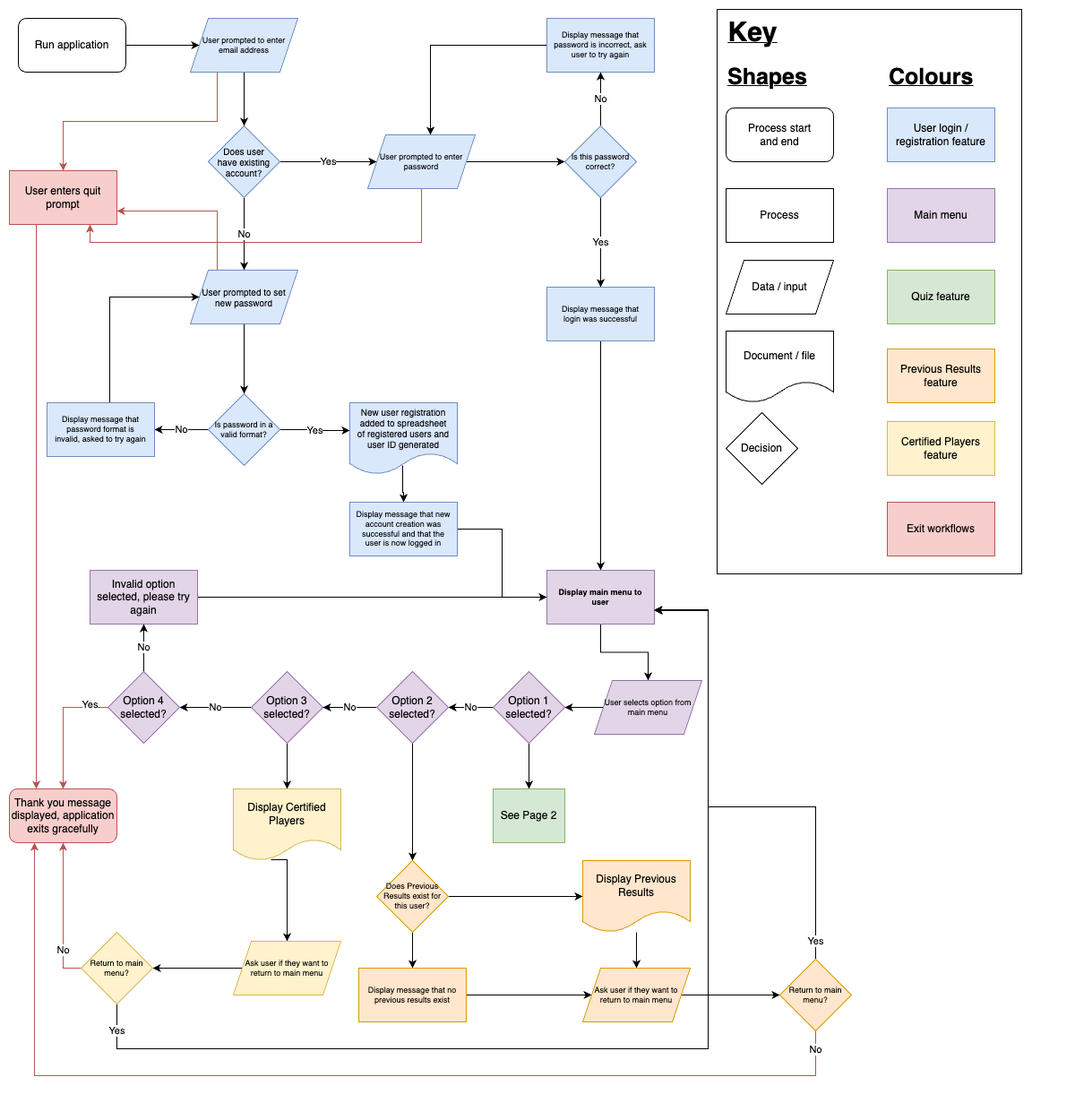
Above: docs/T1A3-Flowchart-P1.png in katielock92/CA-T1A3 (draw.io), before the change. Source tidied: cells renumbered, new cells last; positions are measured from the earlier drawing's top-left corner, leaving out a move shared by most shapes.
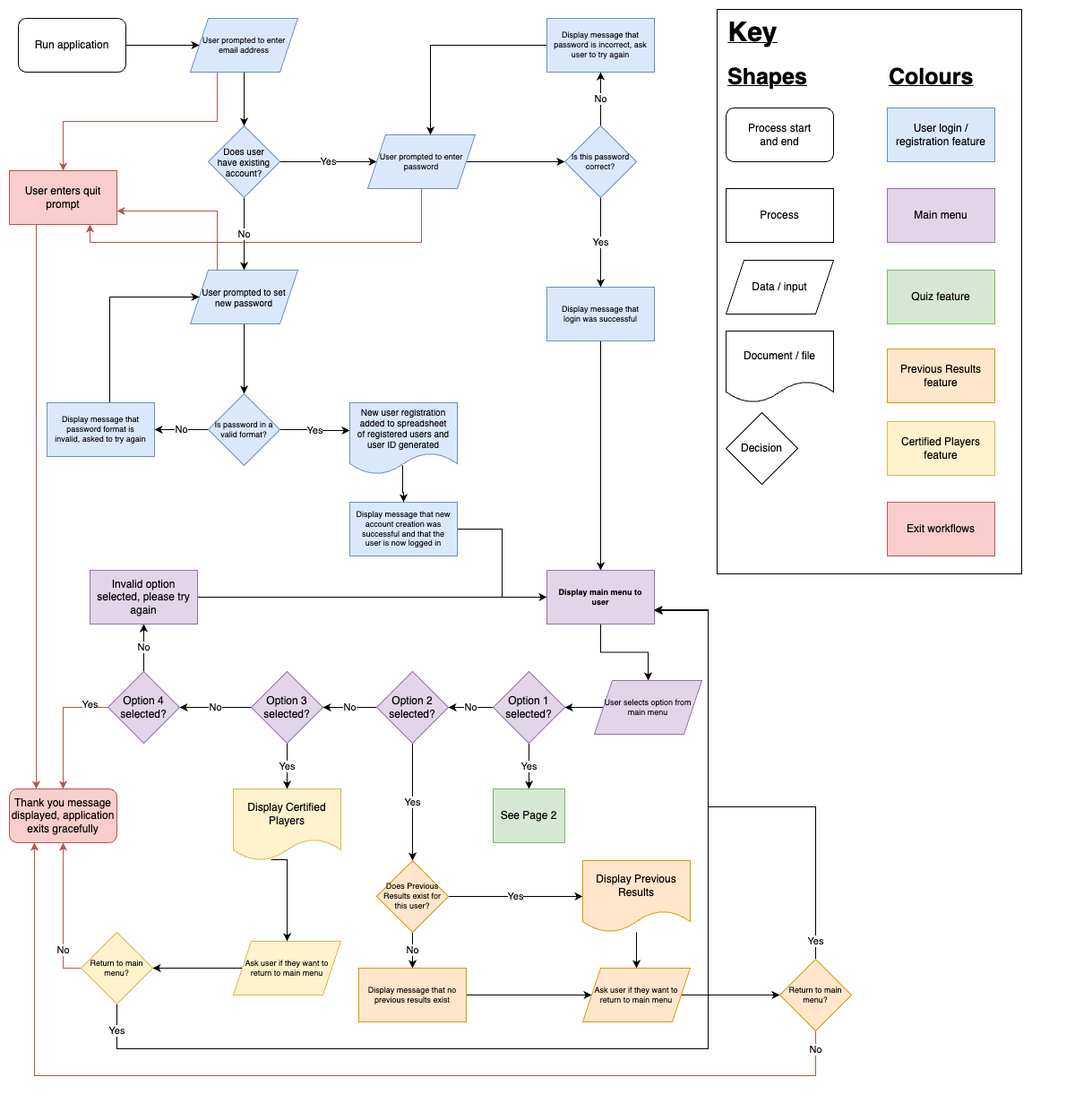
The same file after the commit.

Change to the diagram source:
```diff
@@ -108,7 +108,7 @@
     <mxCell id="35" value="User selects option from main menu" style="shape=parallelogram;perimeter=parallelogramPerimeter;whiteSpace=wrap;html=1;fixedSize=1;fontSize=9;fillColor=#e1d5e7;strokeColor=#9673a6;spacingLeft=6;spacingBottom=6;spacingRight=6;spacingTop=6;" parent="1" vertex="1">
       <mxGeometry x="653" y="749" width="120" height="60" as="geometry" />
     </mxCell>
-    <mxCell id="36" style="edgeStyle=orthogonalEdgeStyle;rounded=0;jettySize=auto;html=1;" parent="1" edge="1" source="38" target="51">
+    <mxCell id="36" value="Yes" style="edgeStyle=orthogonalEdgeStyle;rounded=0;jettySize=auto;html=1;" parent="1" edge="1" source="38" target="51">
       <mxGeometry relative="1" as="geometry" />
     </mxCell>
     <mxCell id="37" value="No" style="edgeStyle=orthogonalEdgeStyle;rounded=0;jettySize=auto;html=1;" parent="1" edge="1" source="38" target="55">
@@ -120,7 +120,7 @@
     <mxCell id="39" value="No" style="edgeStyle=orthogonalEdgeStyle;rounded=0;jettySize=auto;html=1;" parent="1" edge="1" source="41" target="45">
       <mxGeometry relative="1" as="geometry" />
     </mxCell>
-    <mxCell id="40" style="edgeStyle=orthogonalEdgeStyle;rounded=0;jettySize=auto;html=1;" parent="1" edge="1" source="41" target="60">
+    <mxCell id="40" value="Yes" style="edgeStyle=orthogonalEdgeStyle;rounded=0;jettySize=auto;html=1;" parent="1" edge="1" source="41" target="60">
       <mxGeometry relative="1" as="geometry" />
     </mxCell>
     <mxCell id="41" value="Option 3 selected?" style="rhombus;whiteSpace=wrap;html=1;fillColor=#e1d5e7;strokeColor=#9673a6;" parent="1" vertex="1">
@@ -162,16 +162,16 @@
     <mxCell id="53" value="No" style="edgeStyle=orthogonalEdgeStyle;rounded=0;jettySize=auto;html=1;" parent="1" edge="1" source="55" target="41">
       <mxGeometry relative="1" as="geometry" />
     </mxCell>
-    <mxCell id="54" style="edgeStyle=orthogonalEdgeStyle;rounded=0;jettySize=auto;html=1;" parent="1" edge="1" source="55" target="58">
+    <mxCell id="54" value="Yes" style="edgeStyle=orthogonalEdgeStyle;rounded=0;jettySize=auto;html=1;" parent="1" edge="1" source="55" target="58">
       <mxGeometry relative="1" as="geometry" />
     </mxCell>
     <mxCell id="55" value="Option 2 selected?" style="rhombus;whiteSpace=wrap;html=1;fillColor=#e1d5e7;strokeColor=#9673a6;" parent="1" vertex="1">
       <mxGeometry x="410" y="739" width="80" height="80" as="geometry" />
     </mxCell>
-    <mxCell id="56" style="edgeStyle=orthogonalEdgeStyle;rounded=0;jettySize=auto;html=1;" parent="1" edge="1" source="58" target="67">
+    <mxCell id="56" value="No" style="edgeStyle=orthogonalEdgeStyle;rounded=0;jettySize=auto;html=1;" parent="1" edge="1" source="58" target="67">
       <mxGeometry relative="1" as="geometry" />
     </mxCell>
-    <mxCell id="57" style="edgeStyle=orthogonalEdgeStyle;rounded=0;jettySize=auto;html=1;" parent="1" edge="1" source="58" target="69">
+    <mxCell id="57" value="Yes" style="edgeStyle=orthogonalEdgeStyle;rounded=0;jettySize=auto;html=1;" parent="1" edge="1" source="58" target="69">
       <mxGeometry relative="1" as="geometry" />
     </mxCell>
     <mxCell id="58" value="Does Previous Results exist for this user?" style="rhombus;whiteSpace=wrap;html=1;fillColor=#ffe6cc;strokeColor=#d79b00;fontSize=9;spacingTop=6;spacingLeft=6;spacingBottom=6;spacingRight=6;" parent="1" vertex="1">
```
